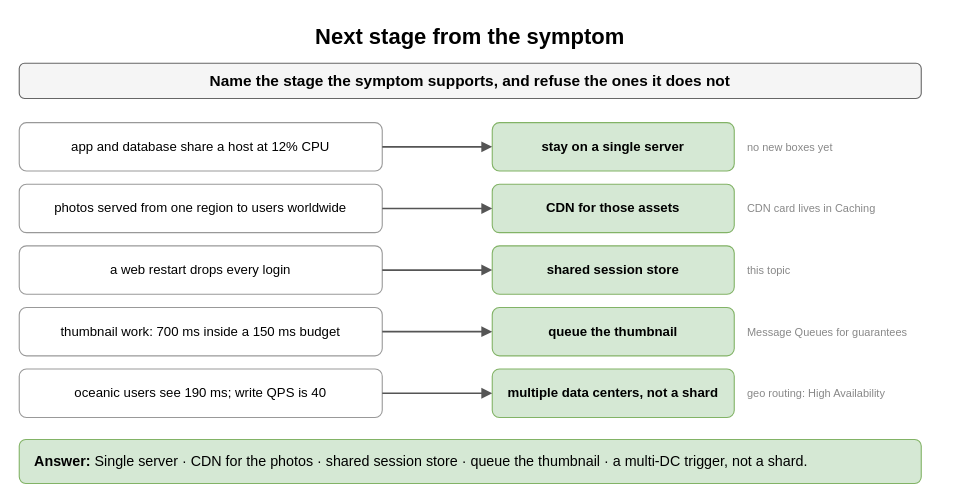
The draw.io diagram page "Next stage from the symptom" (6 of 8) of content/09_System_Design_Interview/02_Scalability_Fundamentals/diagrams/scalability-fundamentals-drills.drawio in amendez13/swe-study-guide, before the edit. Source tidied: cells renumbered, new cells numbered last; positions are measured from the earlier drawing's top-left corner, leaving out a move shared by most shapes. Both pictures are drawn from the tidied source at 110%, with x=0, y=0 at pixel (19, 19).
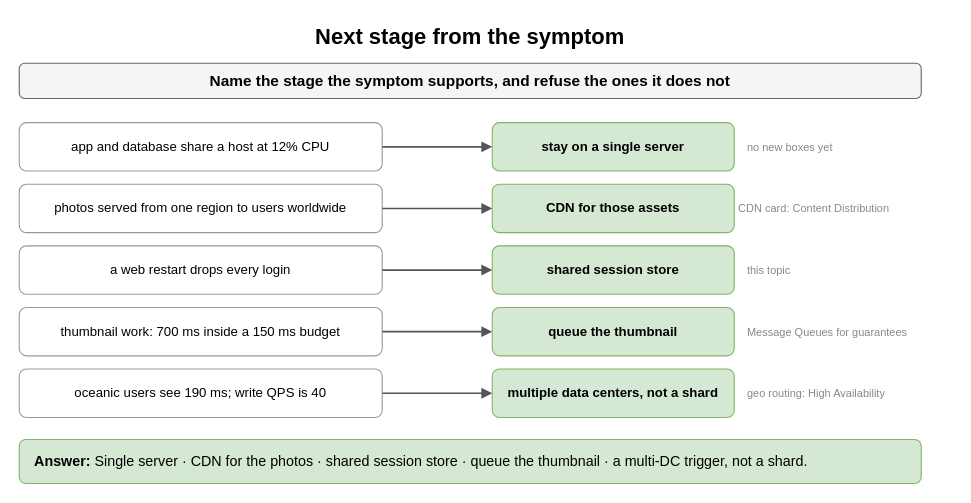
Above is the later version.

Change to the diagram source:
```diff
@@
-    <mxCell id="11" value="CDN card lives in Caching" style="text;html=1;whiteSpace=wrap;fontSize=11;align=left;verticalAlign=middle;fontSize=10;fontColor=#888888;" parent="1" vertex="1">
-      <mxGeometry x="660" y="150" width="160" height="44" as="geometry" />
+    <mxCell id="11" value="CDN card: Content Distribution" style="text;html=1;whiteSpace=wrap;fontSize=11;align=left;verticalAlign=middle;fontSize=10;fontColor=#888888;" parent="1" vertex="1">
+      <mxGeometry x="652" y="150" width="196" height="44" as="geometry" />
     </mxCell>
```
